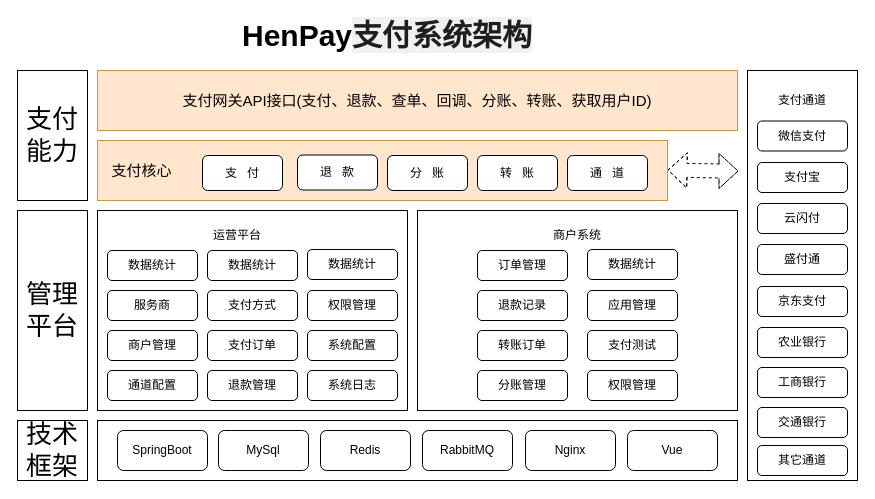
Earlier version of the draw.io diagram test.drawio (lzh06550107/drawio). Source tidied: cells renumbered, new cells numbered last; positions are measured from the earlier drawing's top-left corner, leaving out a move shared by most shapes. Both pictures are drawn from the tidied source at 100%, with x=0, y=0 at pixel (17, 20).
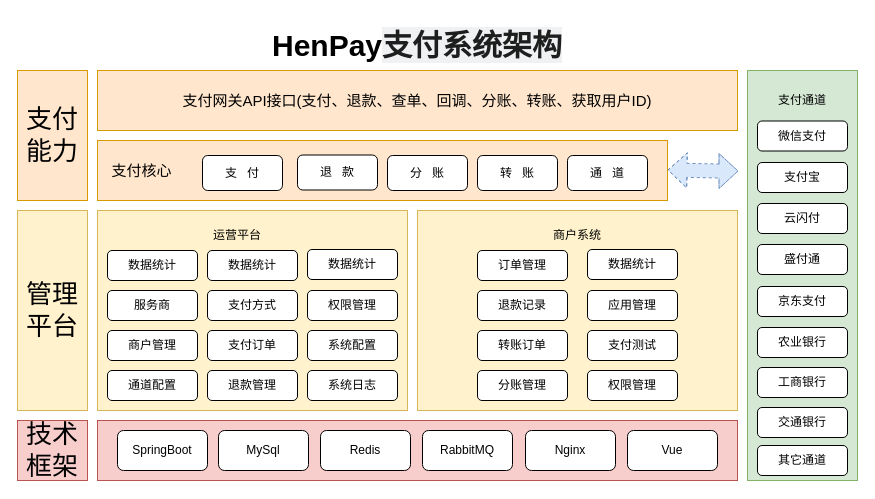
Above is the later version.

Diff of the diagram source:
```diff
@@
-    <mxCell id="4" style="rounded=0;whiteSpace=wrap;html=1;align=center;" parent="1" vertex="1">
+    <mxCell id="4" style="rounded=0;whiteSpace=wrap;html=1;align=center;fillColor=#fff2cc;strokeColor=#d6b656;" parent="1" vertex="1">
       <mxGeometry x="80" y="190" width="310" height="200" as="geometry" />
     </mxCell>
@@
-    <mxCell id="6" value="&lt;b&gt;&lt;font style=&quot;font-size: 30px;&quot;&gt;HenPay&lt;span style=&quot;color: rgba(0, 0, 0, 0.88); font-family: Inter, -apple-system, BlinkMacSystemFont, &amp;quot;Segoe UI&amp;quot;, &amp;quot;SF Pro SC&amp;quot;, &amp;quot;SF Pro Display&amp;quot;, &amp;quot;SF Pro Icons&amp;quot;, &amp;quot;PingFang SC&amp;quot;, &amp;quot;Hiragino Sans GB&amp;quot;, &amp;quot;Microsoft YaHei&amp;quot;, &amp;quot;Helvetica Neue&amp;quot;, Helvetica, Arial, sans-serif; text-align: left; white-space-collapse: preserve-breaks; background-color: rgba(175, 184, 193, 0.2);&quot;&gt;支付系统架构&lt;/span&gt;&lt;/font&gt;&lt;/b&gt;" style="text;html=1;align=center;verticalAlign=middle;whiteSpace=wrap;rounded=0;" parent="1" vertex="1">
-      <mxGeometry x="210" width="320" height="30" as="geometry" />
-    </mxCell>
@@
-    <mxCell id="24" style="rounded=0;whiteSpace=wrap;html=1;" parent="1" vertex="1">
+    <mxCell id="24" style="rounded=0;whiteSpace=wrap;html=1;fillColor=#fff2cc;strokeColor=#d6b656;" parent="1" vertex="1">
       <mxGeometry x="400" y="190" width="320" height="200" as="geometry" />
     </mxCell>
@@
-    <mxCell id="34" style="rounded=0;whiteSpace=wrap;html=1;" parent="1" vertex="1">
+    <mxCell id="34" style="rounded=0;whiteSpace=wrap;html=1;fillColor=#f8cecc;strokeColor=#b85450;" parent="1" vertex="1">
       <mxGeometry x="80" y="400" width="640" height="60" as="geometry" />
     </mxCell>
@@
-    <mxCell id="41" value="&lt;font style=&quot;font-size: 26px;&quot;&gt;支付&lt;/font&gt;&lt;div&gt;&lt;font style=&quot;font-size: 26px;&quot;&gt;能力&lt;/font&gt;&lt;/div&gt;" style="rounded=0;whiteSpace=wrap;html=1;" parent="1" vertex="1">
+    <mxCell id="41" value="&lt;font style=&quot;font-size: 26px;&quot;&gt;支付&lt;/font&gt;&lt;div&gt;&lt;font style=&quot;font-size: 26px;&quot;&gt;能力&lt;/font&gt;&lt;/div&gt;" style="rounded=0;whiteSpace=wrap;html=1;fillColor=#ffe6cc;strokeColor=#d79b00;" parent="1" vertex="1">
       <mxGeometry y="50" width="70" height="130" as="geometry" />
     </mxCell>
-    <mxCell id="42" value="&lt;span style=&quot;font-size: 26px;&quot;&gt;管理&lt;/span&gt;&lt;div&gt;&lt;span style=&quot;font-size: 26px;&quot;&gt;平台&lt;/span&gt;&lt;/div&gt;" style="rounded=0;whiteSpace=wrap;html=1;" parent="1" vertex="1">
+    <mxCell id="42" value="&lt;span style=&quot;font-size: 26px;&quot;&gt;管理&lt;/span&gt;&lt;div&gt;&lt;span style=&quot;font-size: 26px;&quot;&gt;平台&lt;/span&gt;&lt;/div&gt;" style="rounded=0;whiteSpace=wrap;html=1;fillColor=#fff2cc;strokeColor=#d6b656;" parent="1" vertex="1">
       <mxGeometry y="190" width="70" height="200" as="geometry" />
     </mxCell>
-    <mxCell id="43" value="&lt;span style=&quot;font-size: 26px;&quot;&gt;技术&lt;/span&gt;&lt;div&gt;&lt;span style=&quot;font-size: 26px;&quot;&gt;框架&lt;/span&gt;&lt;/div&gt;" style="rounded=0;whiteSpace=wrap;html=1;" parent="1" vertex="1">
+    <mxCell id="43" value="&lt;span style=&quot;font-size: 26px;&quot;&gt;技术&lt;/span&gt;&lt;div&gt;&lt;span style=&quot;font-size: 26px;&quot;&gt;框架&lt;/span&gt;&lt;/div&gt;" style="rounded=0;whiteSpace=wrap;html=1;fillColor=#f8cecc;strokeColor=#b85450;" parent="1" vertex="1">
       <mxGeometry y="400" width="70" height="60" as="geometry" />
     </mxCell>
-    <mxCell id="44" style="rounded=0;whiteSpace=wrap;html=1;" parent="1" vertex="1">
+    <mxCell id="44" style="rounded=0;whiteSpace=wrap;html=1;fillColor=#d5e8d4;strokeColor=#82b366;" parent="1" vertex="1">
       <mxGeometry x="730" y="50" width="110" height="410" as="geometry" />
     </mxCell>
-    <mxCell id="45" style="shape=flexArrow;endArrow=classic;startArrow=classic;html=1;rounded=0;exitX=0.872;exitY=0.983;exitDx=0;exitDy=0;exitPerimeter=0;width=14;dashed=1;" parent="1" edge="1">
+    <mxCell id="45" style="shape=flexArrow;endArrow=classic;startArrow=classic;html=1;rounded=0;exitX=0.872;exitY=0.983;exitDx=0;exitDy=0;exitPerimeter=0;width=14;dashed=1;fillColor=#dae8fc;strokeColor=#6c8ebf;" parent="1" edge="1">
       <mxGeometry relative="1" as="geometry">
         <mxPoint x="650" y="149.5" as="sourcePoint" />
         <mxPoint x="721" y="150.5" as="targetPoint" />
         <Array as="points">
           <mxPoint x="701.9" y="150.5" />
         </Array>
       </mxGeometry>
     </mxCell>
@@
+    <mxCell id="6" value="&lt;font style=&quot;font-size: 30px;&quot;&gt;&lt;b&gt;HenPay&lt;span style=&quot;color: rgba(0, 0, 0, 0.88); font-family: Inter, -apple-system, BlinkMacSystemFont, &amp;quot;Segoe UI&amp;quot;, &amp;quot;SF Pro SC&amp;quot;, &amp;quot;SF Pro Display&amp;quot;, &amp;quot;SF Pro Icons&amp;quot;, &amp;quot;PingFang SC&amp;quot;, &amp;quot;Hiragino Sans GB&amp;quot;, &amp;quot;Microsoft YaHei&amp;quot;, &amp;quot;Helvetica Neue&amp;quot;, Helvetica, Arial, sans-serif; text-align: left; white-space-collapse: preserve-breaks; background-color: rgba(175, 184, 193, 0.2);&quot;&gt;支付系统架构&lt;/span&gt;&lt;/b&gt;&lt;/font&gt;" style="text;html=1;align=center;verticalAlign=middle;whiteSpace=wrap;rounded=0;" parent="1" vertex="1">
+      <mxGeometry x="155" y="10" width="490" height="30" as="geometry" />
+    </mxCell>
```
